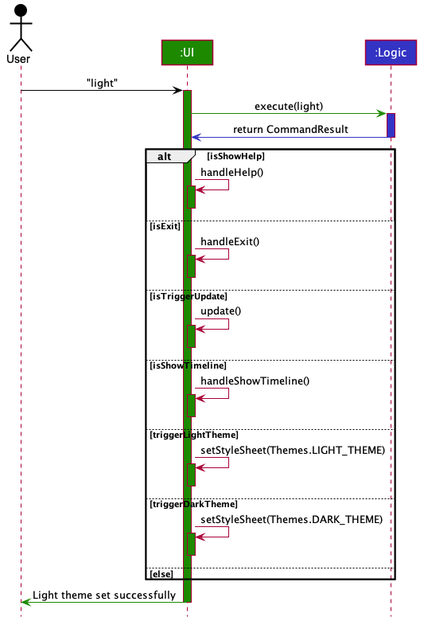
nus-cs2103-AY2021S1/tp keeps this PlantUML diagram as docs/images/SwitchThemeSequenceDiagram.png. Above is the earlier version. The source it was exported from:
```plantuml
@startuml








skinparam BackgroundColor #FFFFFFF

skinparam Shadowing false

skinparam Class {
    FontColor #FFFFFF
    BorderThickness 1
    BorderColor #FFFFFF
    StereotypeFontColor #FFFFFF
    FontName Arial
}

skinparam Actor {
    BorderColor #000000
    Color #000000
    FontName Arial
}

skinparam Sequence {
    MessageAlign center
    BoxFontSize 15
    BoxPadding 0
    BoxFontColor #FFFFFF
    FontName Arial
}

skinparam Participant {
    FontColor #FFFFFFF
    Padding 20
}

skinparam MinClassWidth 50
skinparam ParticipantPadding 10
skinparam Shadowing false
skinparam DefaultTextAlignment center
skinparam packageStyle Rectangle

hide footbox
hide members
hide circle

Actor User as user #000000
Participant ":UI" as ui #1D8900
Participant ":Logic" as logic #3333C4

user -[#000000]> ui : "light"
activate ui #1D8900
ui -[#1D8900]> logic : execute(light)
activate logic #3333C4
logic -[#3333C4]> ui : return CommandResult
deactivate logic

alt isShowHelp
    ui -> ui : handleHelp()
    activate ui #1D8900
    deactivate ui #1D8900
else isExit
    ui-> ui : handleExit()
    activate ui #1D8900
    deactivate ui #1D8900
else isTriggerUpdate
    ui-> ui : update()
    activate ui #1D8900
    deactivate ui #1D8900
else isShowTimeline
    ui-> ui : handleShowTimeline()
    activate ui #1D8900
    deactivate ui #1D8900
else triggerLightTheme
    ui-> ui : setStyleSheet(Themes.LIGHT_THEME)
    activate ui #1D8900
    deactivate ui #1D8900
else triggerDarkTheme
    ui-> ui : setStyleSheet(Themes.DARK_THEME)
    activate ui #1D8900
    deactivate ui #1D8900
else else
end

ui -[#1D8900]> user : Light theme set successfully
deactivate

@enduml
```
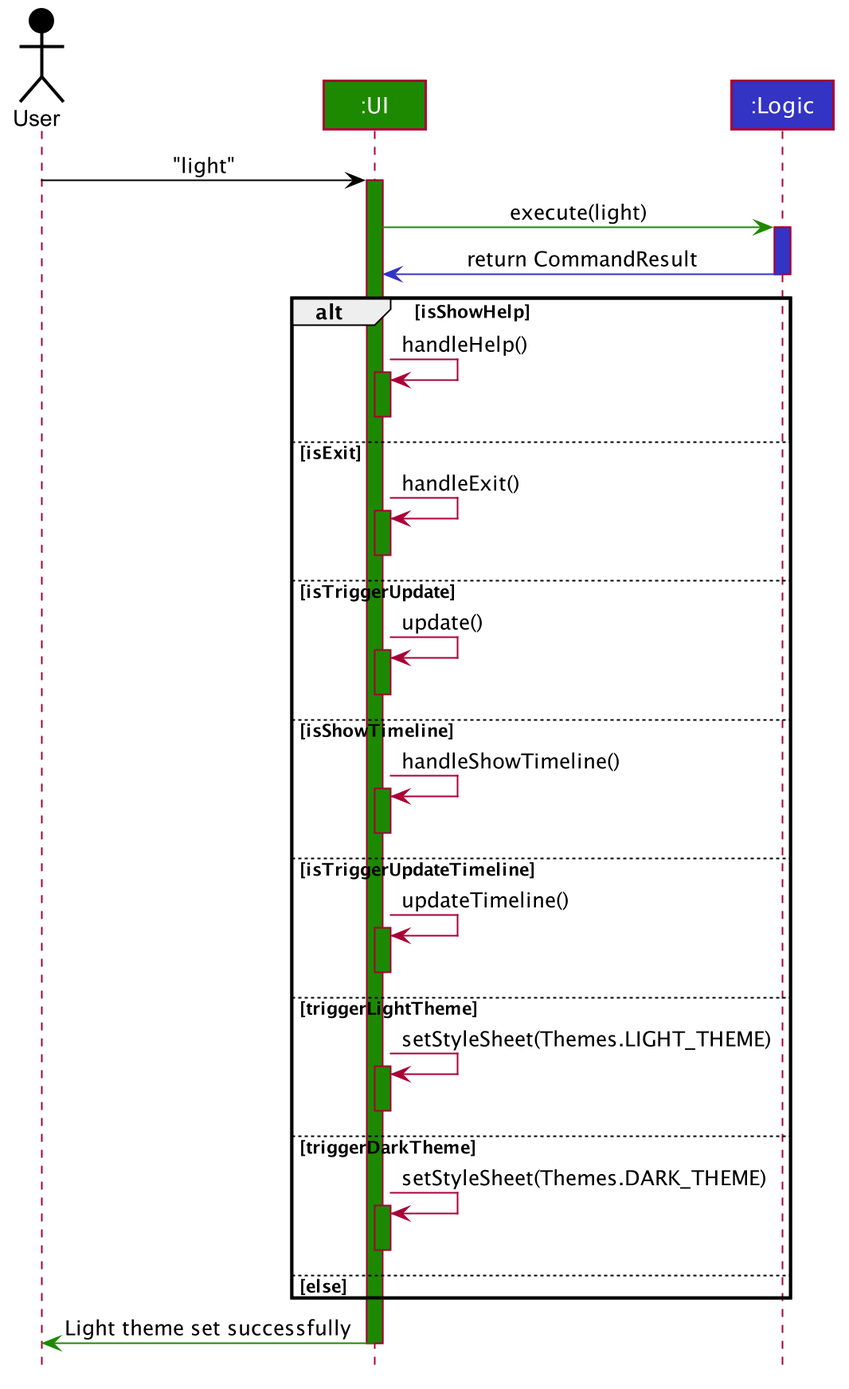
The same file after the commit.

Commit message:
Update sequence diagrams with updated else clauses

Change to the diagram source:
```diff
@@ -75,6 +75,10 @@
     ui-> ui : handleShowTimeline()
     activate ui #1D8900
     deactivate ui #1D8900
+else isTriggerUpdateTimeline
+    ui-> ui : updateTimeline()
+    activate ui #1D8900
+    deactivate ui #1D8900
 else triggerLightTheme
     ui-> ui : setStyleSheet(Themes.LIGHT_THEME)
     activate ui #1D8900
```
